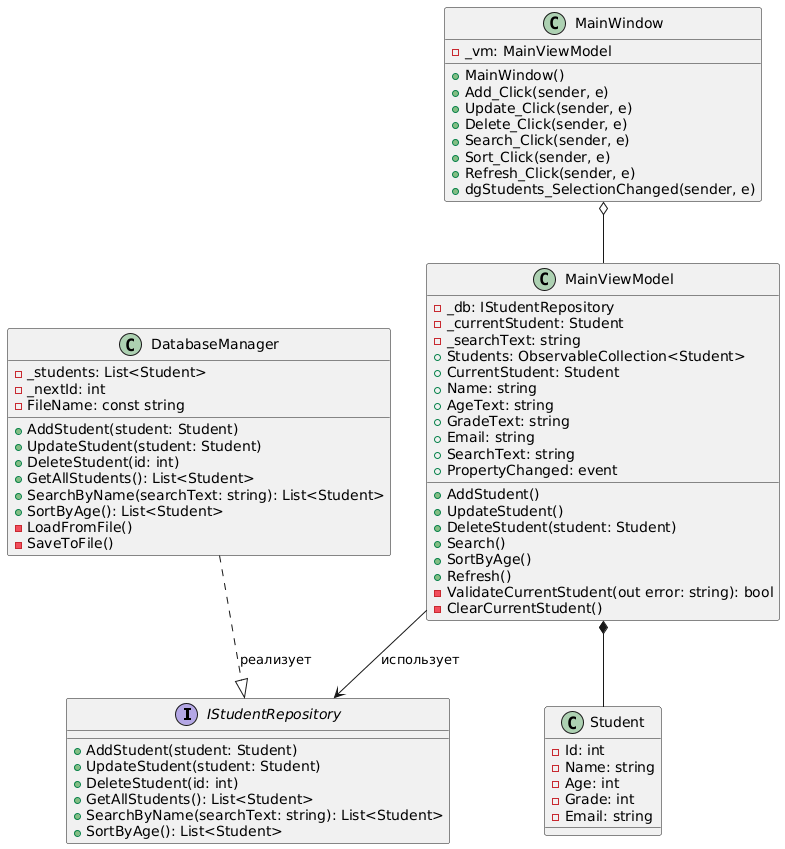
The PlantUML diagram Lab Work 2 - Database/DatabaseLab/UML.png in nesquikprogs/oop-2, before a commit.
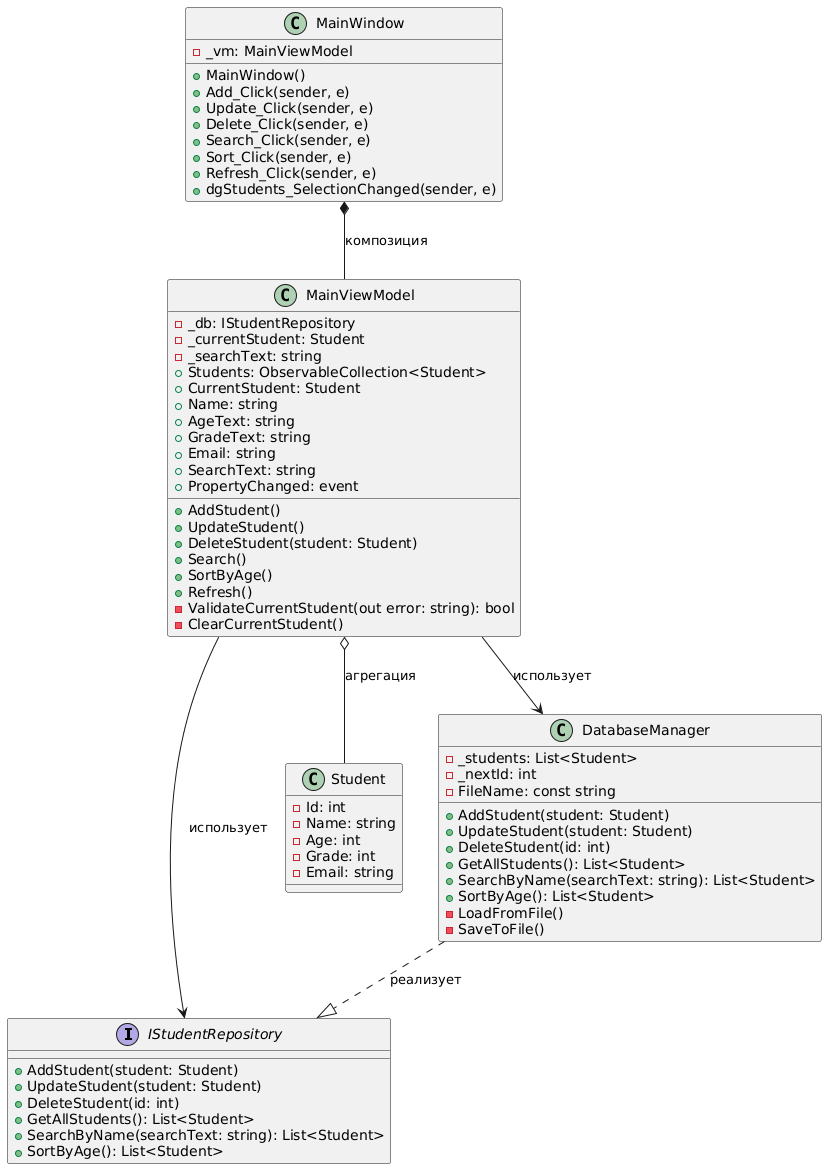
Later version of the same file.

Diff of the diagram source:
```diff
@@ -66,7 +66,8 @@
     + dgStudents_SelectionChanged(sender, e)
 }
 
-MainViewModel --> IStudentRepository: использует
-MainViewModel *-- Student
-MainWindow o-- MainViewModel
+MainViewModel --> IStudentRepository : использует
+MainViewModel --> DatabaseManager : использует
+MainViewModel o-- Student : агрегация
+MainWindow *-- MainViewModel : композиция
 @enduml
```
